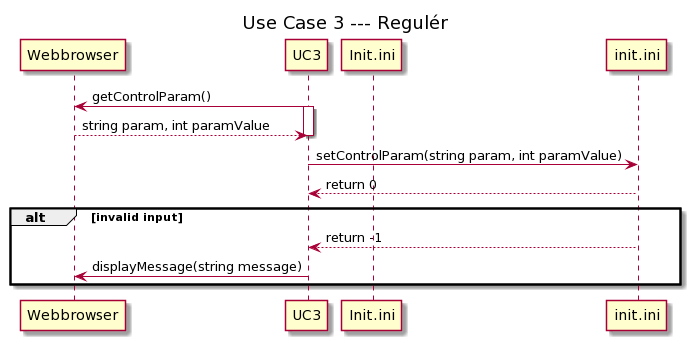
The PlantUML diagram Design/CC/Funktionssekvens/Usecase3/funkSekvens_UC3.png in Solvgraa-mager/E4PRJ4, before a commit. The source it was exported from:
```plantuml
@startuml
title: Use Case 3 --- Regulér

participant Webbrowser
participant UC3
participant Init.ini

UC3 -> Webbrowser: getControlParam()
activate UC3
Webbrowser --> UC3: string param, int paramValue
deactivate UC3

UC3 -> init.ini: setControlParam(string param, int paramValue)
init.ini --> UC3: return 0
alt invalid input

init.ini --> UC3: return -1
UC3 -> Webbrowser: displayMessage(string message)
end
@enduml
```
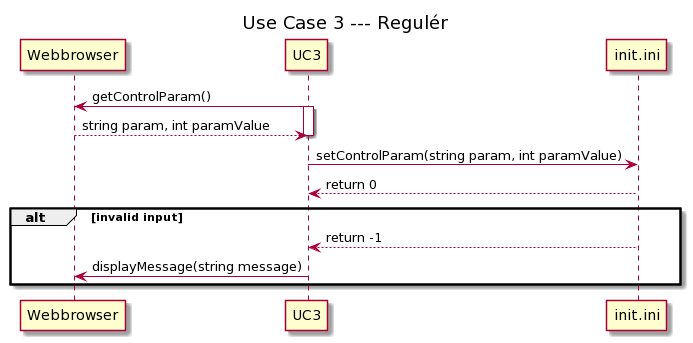
Above is the later version.

The edit, as a diff of the source:
```diff
@@ -3,7 +3,7 @@
 
 participant Webbrowser
 participant UC3
-participant Init.ini
+participant init.ini
 
 UC3 -> Webbrowser: getControlParam()
 activate UC3
```
